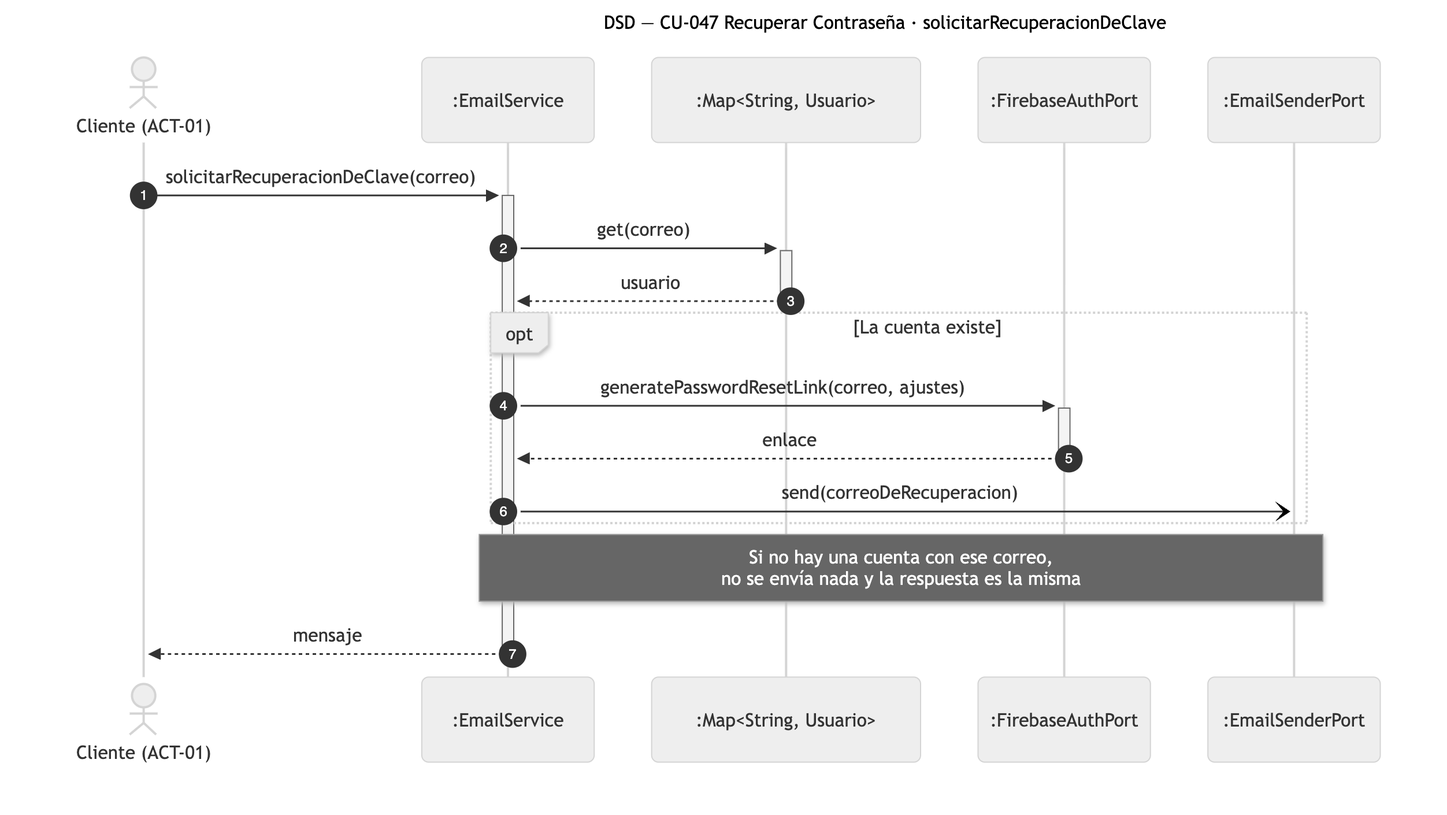
This is diagramas/png/DSD_CU-047_solicitarRecuperacionDeClave.png from Nahuelito-Dev/splg-docs, a Mermaid export, as it was before one commit. Its source is kept beside it as diagramas/DSD_CU-047_solicitarRecuperacionDeClave.mmd.
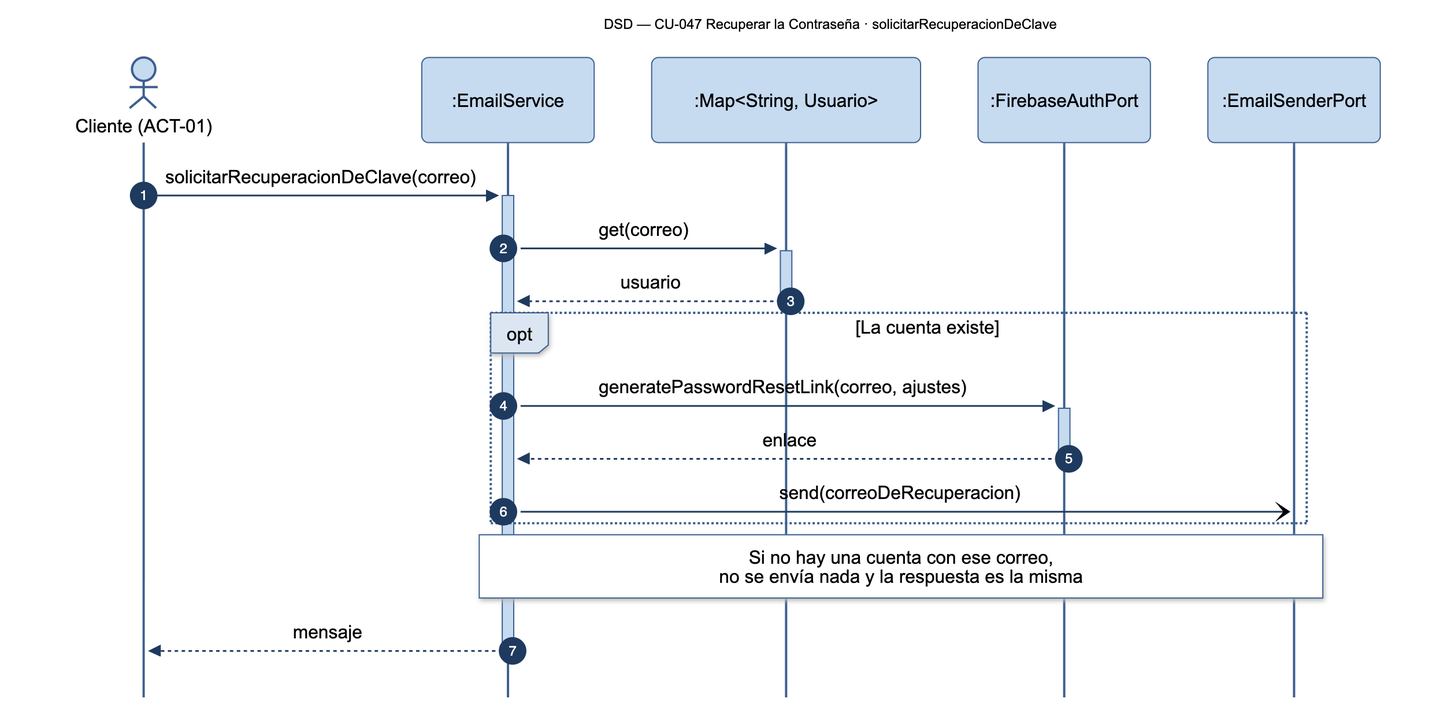
After the change.

Diff of the diagram source:
```diff
@@ -1,5 +1,5 @@
 sequenceDiagram
-    title DSD — CU-047 Recuperar Contraseña · solicitarRecuperacionDeClave
+    title DSD — CU-047 Recuperar la Contraseña · solicitarRecuperacionDeClave
     autonumber
     actor CLI as Cliente (ACT-01)
     participant SRV as :EmailService
```
